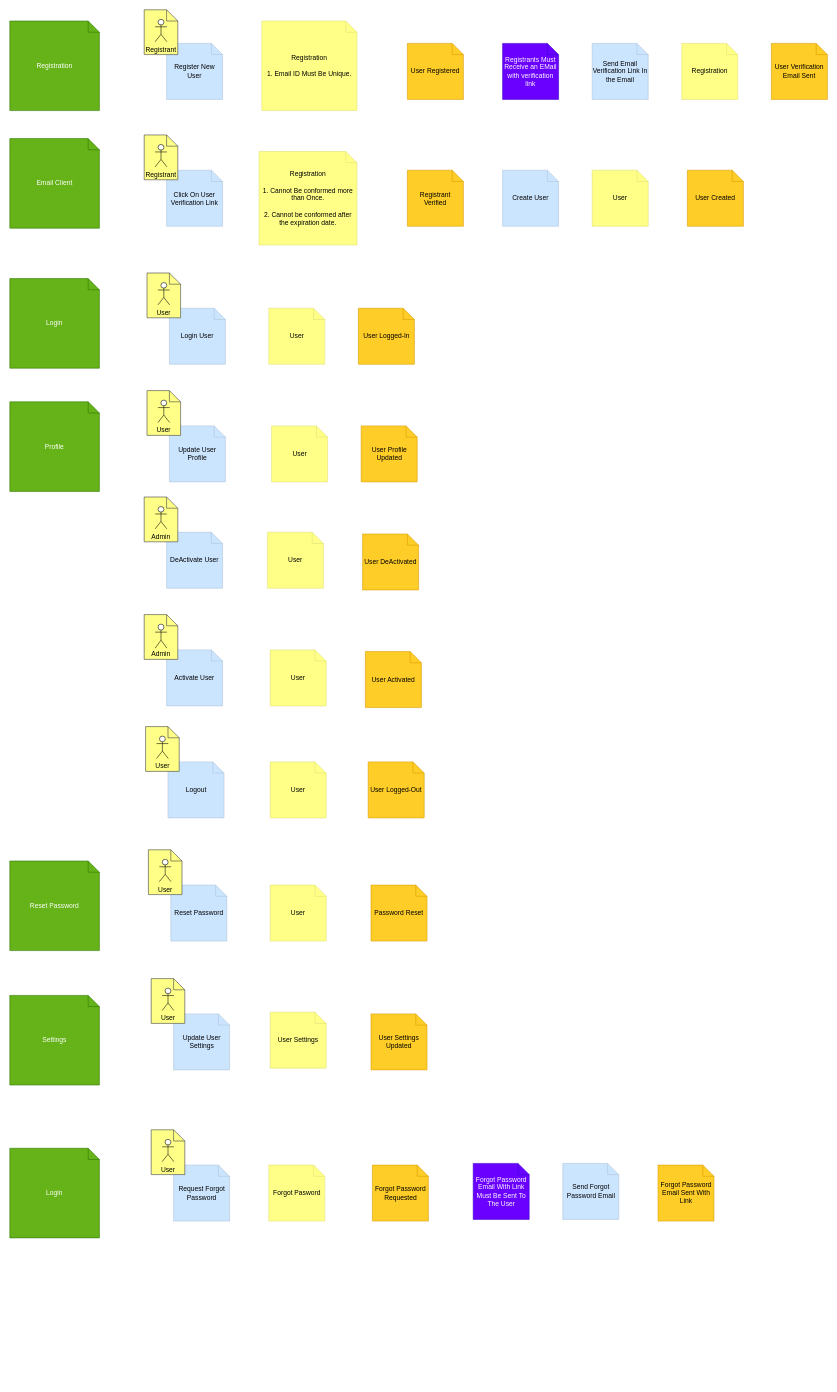
codefinity/oeuvre keeps this draw.io diagram as page "IdentityAccess-DesignLevelEventStorming-Arranged" (4 of 4) of design/EventStorming.drawio. Above is the earlier version. Source tidied: cells renumbered, new cells numbered last; positions are measured from the earlier drawing's top-left corner, leaving out a move shared by most shapes. Both pictures are drawn from the tidied source at 56%, with x=0, y=0 at pixel (10, 10).
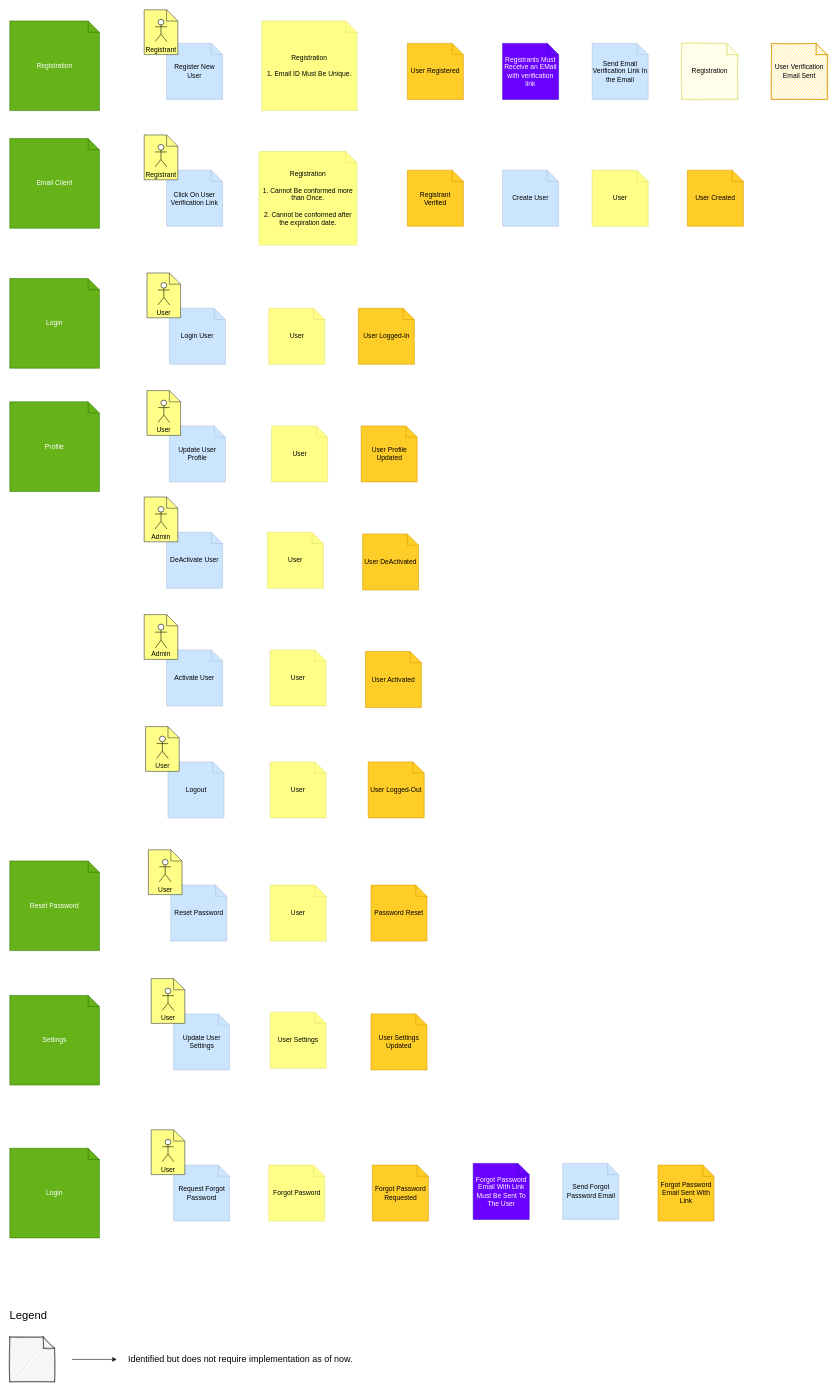
The same diagram, later.

What changed in the source:
```diff
@@
-    <mxCell id="3" value="User Verification Email Sent" style="shape=note;size=20;whiteSpace=wrap;html=1;fillColor=#ffcd28;strokeColor=#d79b00;" parent="1" vertex="1">
+    <mxCell id="3" value="User Verification Email Sent" style="shape=note;size=20;whiteSpace=wrap;html=1;fillColor=#ffcd28;strokeColor=#d79b00;sketch=1;" parent="1" vertex="1">
       <mxGeometry x="1360" y="60" width="100" height="100" as="geometry" />
     </mxCell>
@@
-    <mxCell id="20" value="Registration" style="shape=note;size=20;whiteSpace=wrap;html=1;fillColor=#ffff88;strokeColor=#DEDE76;" parent="1" vertex="1">
+    <mxCell id="20" value="Registration" style="shape=note;size=20;whiteSpace=wrap;html=1;fillColor=#ffff88;strokeColor=#DEDE76;shadow=0;perimeterSpacing=0;sketch=1;" parent="1" vertex="1">
       <mxGeometry x="1200" y="60" width="100" height="100" as="geometry" />
     </mxCell>
@@
+    <mxCell id="89" style="shape=note;size=20;whiteSpace=wrap;html=1;shadow=0;perimeterSpacing=0;sketch=1;strokeColor=#333333;fillColor=#CCCCCC;" parent="1" vertex="1">
+      <mxGeometry y="2370" width="80" height="80" as="geometry" />
+    </mxCell>
+    <mxCell id="90" value="Legend" style="text;html=1;strokeColor=none;fillColor=none;align=center;verticalAlign=middle;whiteSpace=wrap;rounded=0;shadow=0;sketch=1;fontSize=20;" parent="1" vertex="1">
+      <mxGeometry x="2" y="2320" width="63" height="20" as="geometry" />
+    </mxCell>
+    <mxCell id="91" style="endArrow=classic;html=1;fontSize=14;" parent="1" edge="1">
+      <mxGeometry relative="1" as="geometry">
+        <mxPoint x="111" y="2410" as="sourcePoint" />
+        <mxPoint x="191" y="2410" as="targetPoint" />
+      </mxGeometry>
+    </mxCell>
+    <mxCell id="92" value="Identified but does not require implementation as of now." style="text;html=1;strokeColor=none;fillColor=none;align=center;verticalAlign=middle;whiteSpace=wrap;rounded=0;shadow=0;sketch=1;fontSize=16;" parent="1" vertex="1">
+      <mxGeometry x="204" y="2400" width="416" height="20" as="geometry" />
+    </mxCell>
```
